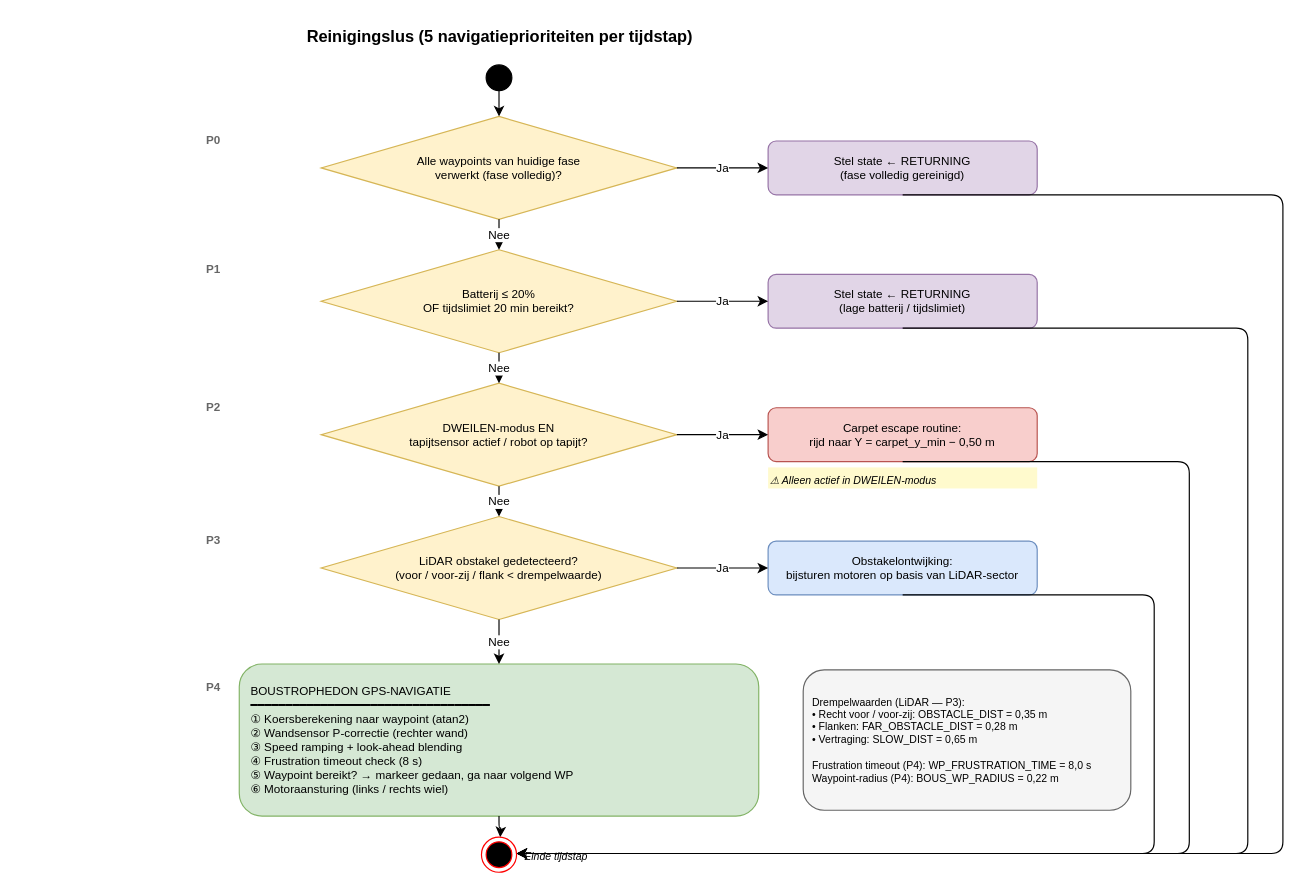
The draw.io diagram docs/diagrams/draw.io/reinigingslus.drawio in DenGian/roomba-webots-digital-twin, before the edit. Source tidied: cells renumbered, new cells numbered last; positions are measured from the earlier drawing's top-left corner, leaving out a move shared by most shapes. Both pictures are drawn from the tidied source at 117%, with x=0, y=0 at pixel (20, 20).
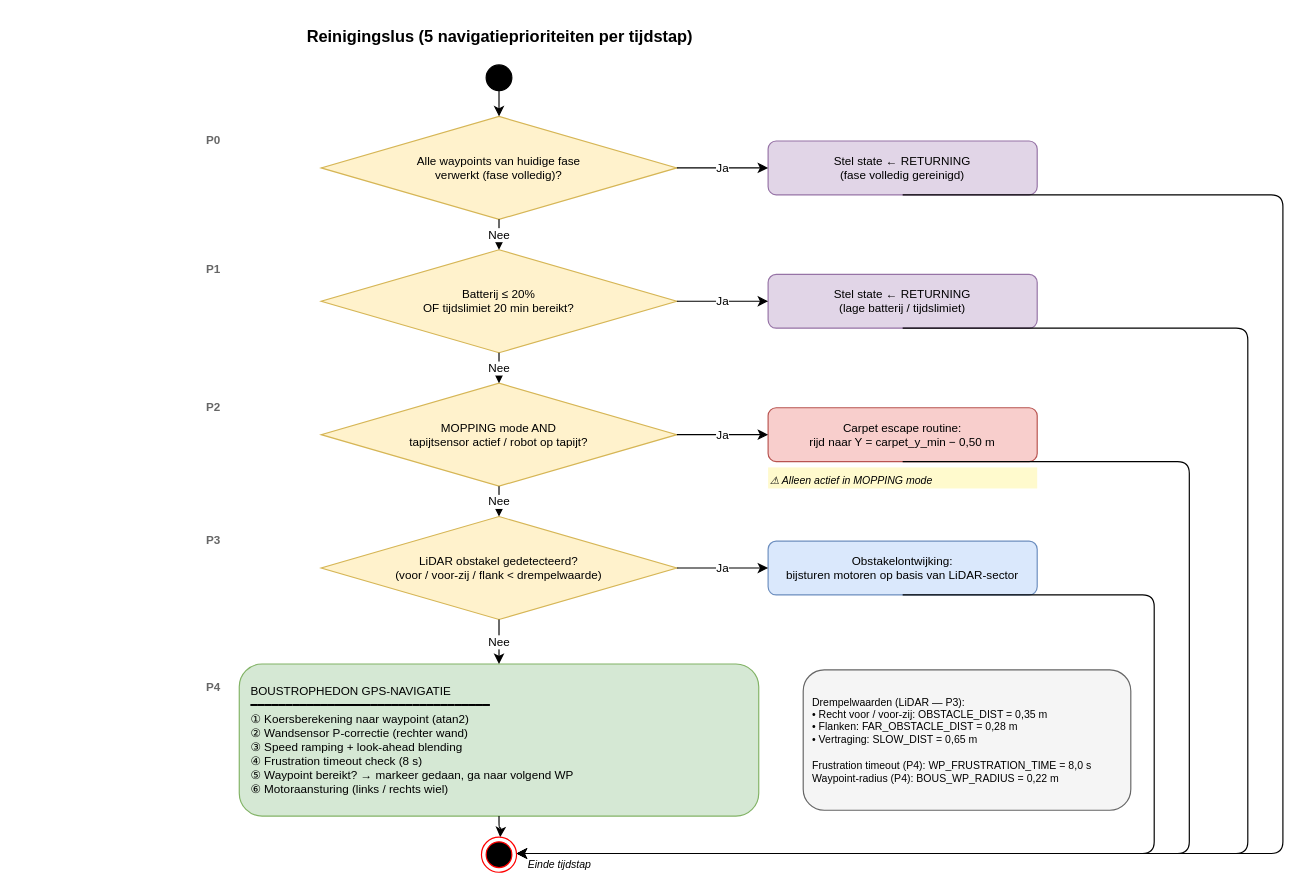
After the change.

The edit, as a diff of the source:
```diff
@@
-    <mxCell id="15" value="DWEILEN-modus EN&#10;tapijtsensor actief / robot op tapijt?" style="rhombus;whiteSpace=wrap;html=1;fillColor=#fff2cc;strokeColor=#d6b656;fontSize=10;align=center;" parent="1" vertex="1">
+    <mxCell id="15" value="MOPPING mode AND&#10;tapijtsensor actief / robot op tapijt?" style="rhombus;whiteSpace=wrap;html=1;fillColor=#fff2cc;strokeColor=#d6b656;fontSize=10;align=center;" parent="1" vertex="1">
       <mxGeometry x="257" y="310" width="304" height="88" as="geometry" />
     </mxCell>
@@
-    <mxCell id="19" value="⚠ Alleen actief in DWEILEN-modus" style="text;html=1;strokeColor=none;fillColor=#fffacd;align=left;fontSize=9;fontStyle=2;" parent="1" vertex="1">
+    <mxCell id="19" value="⚠ Alleen actief in MOPPING mode" style="text;html=1;strokeColor=none;fillColor=#fffacd;align=left;fontSize=9;fontStyle=2;" parent="1" vertex="1">
       <mxGeometry x="639" y="382" width="230" height="18" as="geometry" />
     </mxCell>
@@
     <mxCell id="28" value="Einde tijdstap" style="text;html=1;strokeColor=none;fillColor=none;fontSize=9;fontStyle=2;" parent="1" vertex="1">
-      <mxGeometry x="429" y="703" width="100" height="20" as="geometry" />
+      <mxGeometry x="432" y="710" width="100" height="20" as="geometry" />
     </mxCell>
```
